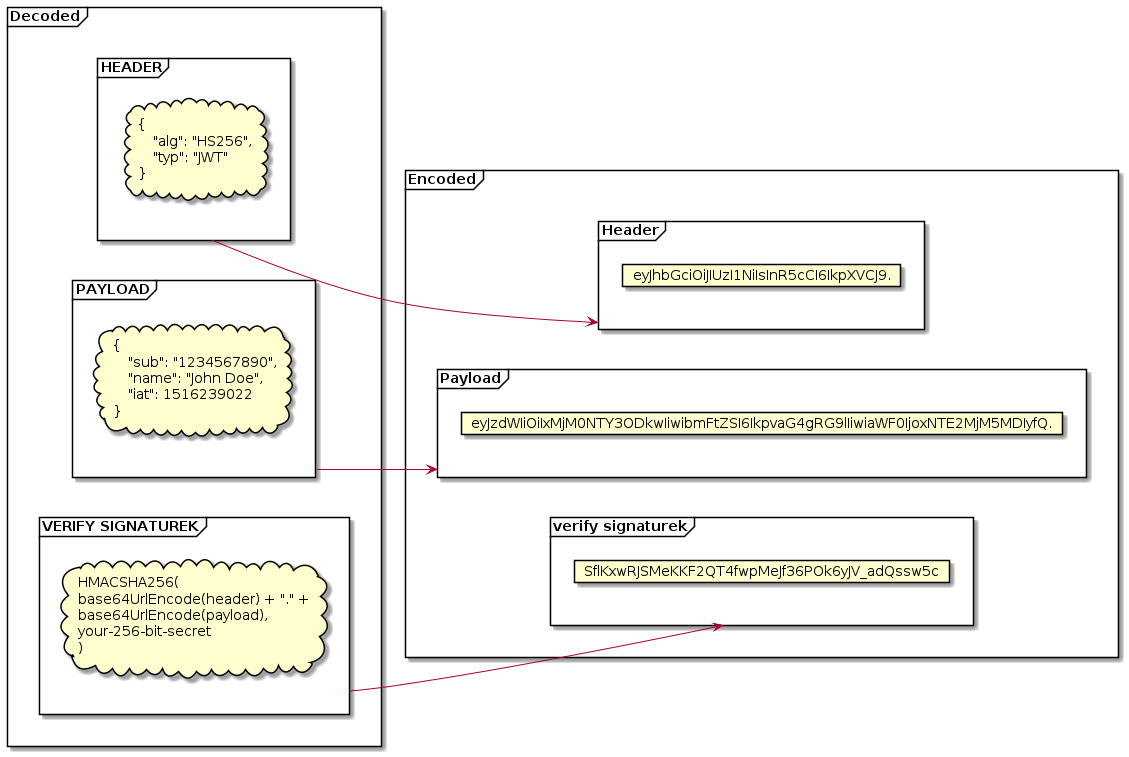
Above: documents/latexPaper_/out/uml/部署图/JWT/JWT.png in swithun-liu/scoring_system (PlantUML), before the change. Source of this version:
```plantuml
@startuml
left to right direction

frame Encoded {
    frame Header {
        card "eyJhbGciOiJIUzI1NiIsInR5cCI6IkpXVCJ9."
    }
    frame Payload {
        card "eyJzdWIiOiIxMjM0NTY3ODkwIiwibmFtZSI6IkpvaG4gRG9lIiwiaWF0IjoxNTE2MjM5MDIyfQ."
    }

    frame vs as "verify signaturek" {
        card SflKxwRJSMeKKF2QT4fwpMeJf36POk6yJV_adQssw5c
    }
}
frame Decoded {
    frame hd  as "HEADER" {
        cloud c1 [
        {
            "alg": "HS256",
            "typ": "JWT"
        }
        ]
    }
    frame PAYLOAD {
        cloud c2 [
        {
            "sub": "1234567890",
            "name": "John Doe",
            "iat": 1516239022
        }
        ]
    }

    frame VS as "VERIFY SIGNATUREK" {
        cloud c3 [
        HMACSHA256(
        base64UrlEncode(header) + "." +
        base64UrlEncode(payload),
        your-256-bit-secret
        )
        ]
    }
}

hd --> Header
PAYLOAD --> Payload
VS --> vs

@enduml
```
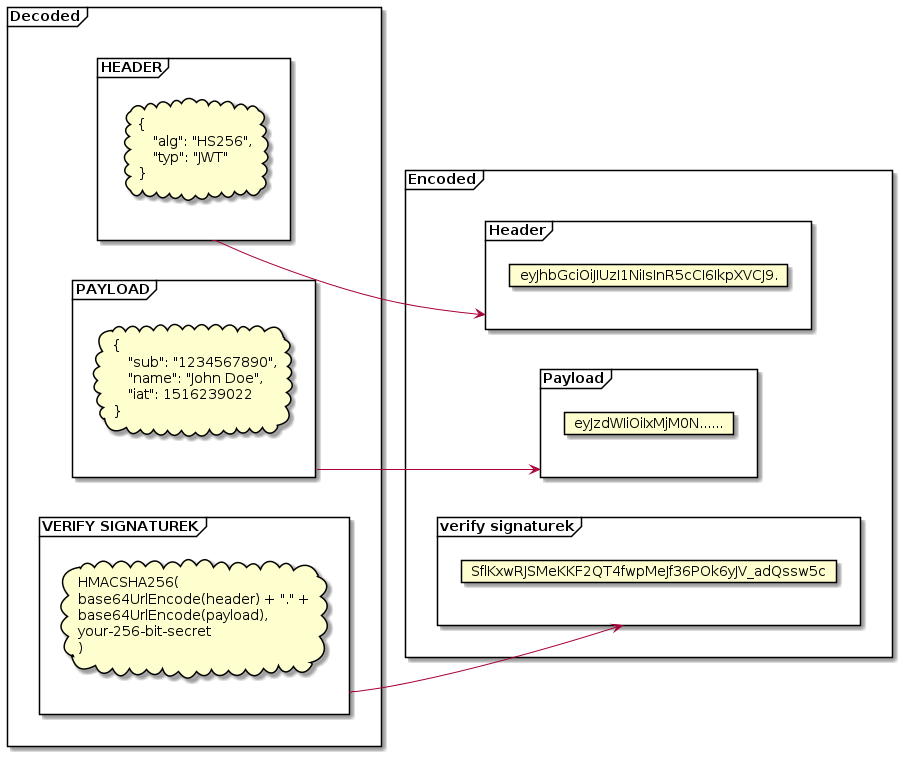
After the commit.

The edit, as a diff of the source:
```diff
@@ -6,7 +6,7 @@
         card "eyJhbGciOiJIUzI1NiIsInR5cCI6IkpXVCJ9."
     }
     frame Payload {
-        card "eyJzdWIiOiIxMjM0NTY3ODkwIiwibmFtZSI6IkpvaG4gRG9lIiwiaWF0IjoxNTE2MjM5MDIyfQ."
+        card "eyJzdWIiOiIxMjM0N......"
     }
 
     frame vs as "verify signaturek" {
```
